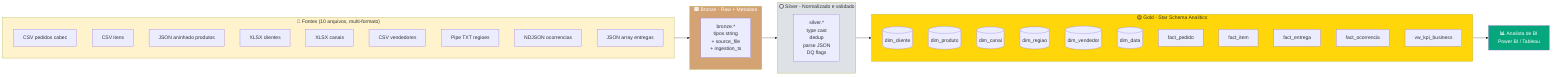
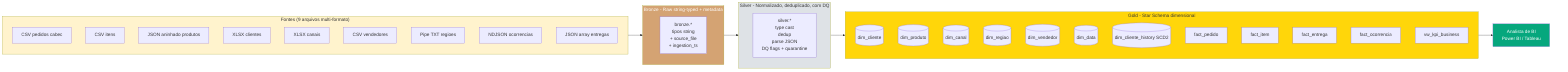
flowchart LR
-     subgraph SRC["📁 Fontes (10 arquivos, multi-formato)"]
+     subgraph SRC["Fontes (9 arquivos multi-formato)"]
        S1[CSV pedidos cabec]
        S2[CSV itens]
        S3[JSON aninhado produtos]
        S4[XLSX clientes]
        S5[XLSX canais]
        S6[CSV vendedores]
        S7[Pipe TXT regioes]
        S8[NDJSON ocorrencias]
        S9[JSON array entregas]
    end

-     subgraph BRZ["🟫 Bronze - Raw + Metadata"]
+     subgraph BRZ["Bronze - Raw string-typed + metadata"]
        B[bronze.*<br/>tipos string<br/>+ source_file<br/>+ ingestion_ts]
    end

-     subgraph SLV["⚪ Silver - Normalizado e validado"]
-         SL[silver.*<br/>type cast<br/>dedup<br/>parse JSON<br/>DQ flags]
+     subgraph SLV["Silver - Normalizado, deduplicado, com DQ"]
+         SL[silver.*<br/>type cast<br/>dedup<br/>parse JSON<br/>DQ flags + quarantine]
    end

-     subgraph GLD["🟡 Gold - Star Schema Analitico"]
+     subgraph GLD["Gold - Star Schema dimensional"]
        D1[(dim_cliente)]
        D2[(dim_produto)]
        D3[(dim_canal)]
        D4[(dim_regiao)]
        D5[(dim_vendedor)]
        D6[(dim_data)]
+         D7[(dim_cliente_history SCD2)]
        F1[fact_pedido]
        F2[fact_item]
        F3[fact_entrega]
        F4[fact_ocorrencia]
        V[vw_kpi_business]
    end

    SRC --> BRZ --> SLV --> GLD
-     GLD --> BI[📊 Analista de BI<br/>Power BI / Tableau]
+     GLD --> BI[Analista de BI<br/>Power BI / Tableau]

    style SRC fill:#fff3cd
    style BRZ fill:#d4a373,color:#fff
    style SLV fill:#dee2e6
    style GLD fill:#ffd60a
    style BI fill:#06a77d,color:#fff
